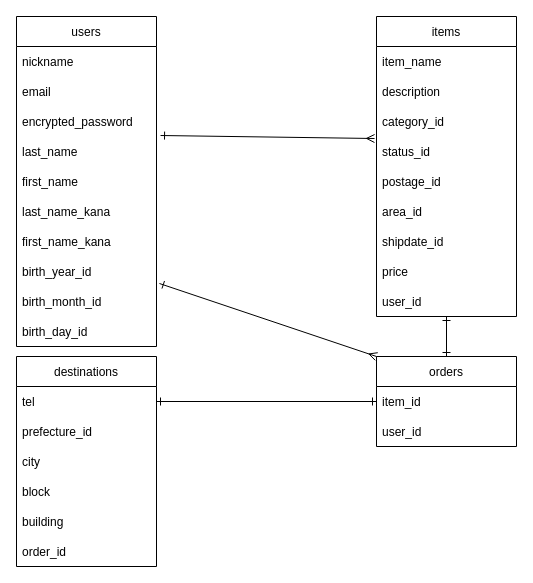
Before: furima.dio in yu-2022/furima-38277, a draw.io diagram. Source tidied: cells renumbered, new cells numbered last; positions are measured from the earlier drawing's top-left corner, leaving out a move shared by most shapes. Both pictures are drawn from the tidied source at 100%, with x=0, y=0 at pixel (16, 16).
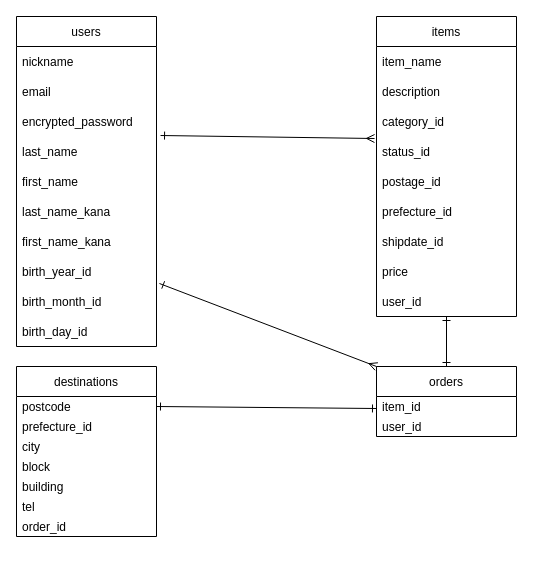
The same page after the edit.

Unchanged cells that the change refers to:
```xml
<mxCell id="10" value="birth_year_id" style="text;strokeColor=none;fillColor=none;align=left;verticalAlign=middle;spacingLeft=4;spacingRight=4;overflow=hidden;points=[[0,0.5],[1,0.5]];portConstraint=eastwest;" parent="2" vertex="1">
  <mxGeometry y="240" width="140" height="30" as="geometry" />
</mxCell>
<mxCell id="13" value="items" style="swimlane;fontStyle=0;horizontal=1;startSize=30;" parent="1" vertex="1">
  <mxGeometry x="360" width="140" height="300" as="geometry" />
</mxCell>
```

Change to the diagram source:
```diff
@@
-    <mxCell id="19" value="area_id" style="text;strokeColor=none;fillColor=none;align=left;verticalAlign=middle;spacingLeft=4;spacingRight=4;overflow=hidden;" parent="13" vertex="1">
+    <mxCell id="19" value="prefecture_id" style="text;strokeColor=none;fillColor=none;align=left;verticalAlign=middle;spacingLeft=4;spacingRight=4;overflow=hidden;" parent="13" vertex="1">
       <mxGeometry y="180" width="140" height="30" as="geometry" />
     </mxCell>
@@
     <mxCell id="23" value="destinations" style="swimlane;fontStyle=0;horizontal=1;startSize=30;" parent="1" vertex="1">
-      <mxGeometry y="340" width="140" height="210" as="geometry" />
+      <mxGeometry y="350" width="140" height="170" as="geometry" />
     </mxCell>
-    <mxCell id="24" value="tel" style="text;strokeColor=none;fillColor=none;align=left;verticalAlign=middle;spacingLeft=4;spacingRight=4;overflow=hidden;" parent="23" vertex="1">
-      <mxGeometry y="30" width="140" height="30" as="geometry" />
-    </mxCell>
+    <mxCell id="37" value="postcode" style="text;strokeColor=none;fillColor=none;align=left;verticalAlign=middle;spacingLeft=4;spacingRight=4;overflow=hidden;points=[[0,0.5],[1,0.5]];portConstraint=eastwest;" parent="23" vertex="1">
+      <mxGeometry y="30" width="140" height="20" as="geometry" />
+    </mxCell>
     <mxCell id="25" value="prefecture_id" style="text;strokeColor=none;fillColor=none;align=left;verticalAlign=middle;spacingLeft=4;spacingRight=4;overflow=hidden;" parent="23" vertex="1">
-      <mxGeometry y="60" width="140" height="30" as="geometry" />
+      <mxGeometry y="50" width="140" height="20" as="geometry" />
     </mxCell>
     <mxCell id="26" value="city" style="text;strokeColor=none;fillColor=none;align=left;verticalAlign=middle;spacingLeft=4;spacingRight=4;overflow=hidden;" parent="23" vertex="1">
-      <mxGeometry y="90" width="140" height="30" as="geometry" />
+      <mxGeometry y="70" width="140" height="20" as="geometry" />
     </mxCell>
     <mxCell id="27" value="block" style="text;strokeColor=none;fillColor=none;align=left;verticalAlign=middle;spacingLeft=4;spacingRight=4;overflow=hidden;" parent="23" vertex="1">
-      <mxGeometry y="120" width="140" height="30" as="geometry" />
+      <mxGeometry y="90" width="140" height="20" as="geometry" />
     </mxCell>
     <mxCell id="28" value="building" style="text;strokeColor=none;fillColor=none;align=left;verticalAlign=middle;spacingLeft=4;spacingRight=4;overflow=hidden;" parent="23" vertex="1">
-      <mxGeometry y="150" width="140" height="30" as="geometry" />
+      <mxGeometry y="110" width="140" height="20" as="geometry" />
     </mxCell>
+    <mxCell id="24" value="tel" style="text;strokeColor=none;fillColor=none;align=left;verticalAlign=middle;spacingLeft=4;spacingRight=4;overflow=hidden;" parent="23" vertex="1">
+      <mxGeometry y="130" width="140" height="20" as="geometry" />
+    </mxCell>
     <mxCell id="29" value="order_id" style="text;strokeColor=none;fillColor=none;align=left;verticalAlign=middle;spacingLeft=4;spacingRight=4;overflow=hidden;" parent="23" vertex="1">
-      <mxGeometry y="180" width="140" height="30" as="geometry" />
+      <mxGeometry y="150" width="140" height="20" as="geometry" />
     </mxCell>
-    <mxCell id="30" style="edgeStyle=none;html=1;entryX=1;entryY=0.5;entryDx=0;entryDy=0;startArrow=ERone;startFill=0;endArrow=ERone;endFill=0;" parent="1" edge="1" source="32">
-      <mxGeometry relative="1" as="geometry">
-        <mxPoint x="140" y="385" as="targetPoint" />
-      </mxGeometry>
+    <mxCell id="30" style="edgeStyle=none;html=1;entryX=1;entryY=0.5;entryDx=0;entryDy=0;startArrow=ERone;startFill=0;endArrow=ERone;endFill=0;exitX=0;exitY=0.6;exitDx=0;exitDy=0;exitPerimeter=0;" parent="1" edge="1" source="33" target="37">
+      <mxGeometry relative="1" as="geometry" />
     </mxCell>
@@
     <mxCell id="32" value="orders" style="swimlane;fontStyle=0;horizontal=1;startSize=30;" parent="1" vertex="1">
-      <mxGeometry x="360" y="340" width="140" height="90" as="geometry" />
+      <mxGeometry x="360" y="350" width="140" height="70" as="geometry" />
     </mxCell>
     <mxCell id="33" value="item_id" style="text;strokeColor=none;fillColor=none;align=left;verticalAlign=middle;spacingLeft=4;spacingRight=4;overflow=hidden;points=[[0,0.5],[1,0.5]];portConstraint=eastwest;" parent="32" vertex="1">
-      <mxGeometry y="30" width="140" height="30" as="geometry" />
+      <mxGeometry y="30" width="140" height="20" as="geometry" />
     </mxCell>
     <mxCell id="34" value="user_id" style="text;strokeColor=none;fillColor=none;align=left;verticalAlign=middle;spacingLeft=4;spacingRight=4;overflow=hidden;" parent="32" vertex="1">
-      <mxGeometry y="60" width="140" height="30" as="geometry" />
+      <mxGeometry y="50" width="140" height="20" as="geometry" />
     </mxCell>
@@
-    <mxCell id="36" style="edgeStyle=none;html=1;entryX=1.021;entryY=0.9;entryDx=0;entryDy=0;entryPerimeter=0;startArrow=ERmany;startFill=0;endArrow=ERone;endFill=0;" parent="1" edge="1" target="10">
-      <mxGeometry relative="1" as="geometry">
-        <mxPoint x="360" y="340" as="sourcePoint" />
-      </mxGeometry>
+    <mxCell id="36" style="edgeStyle=none;html=1;entryX=1.021;entryY=0.9;entryDx=0;entryDy=0;entryPerimeter=0;startArrow=ERmany;startFill=0;endArrow=ERone;endFill=0;exitX=0;exitY=0;exitDx=0;exitDy=0;" parent="1" edge="1" source="32" target="10">
+      <mxGeometry relative="1" as="geometry" />
     </mxCell>
```
